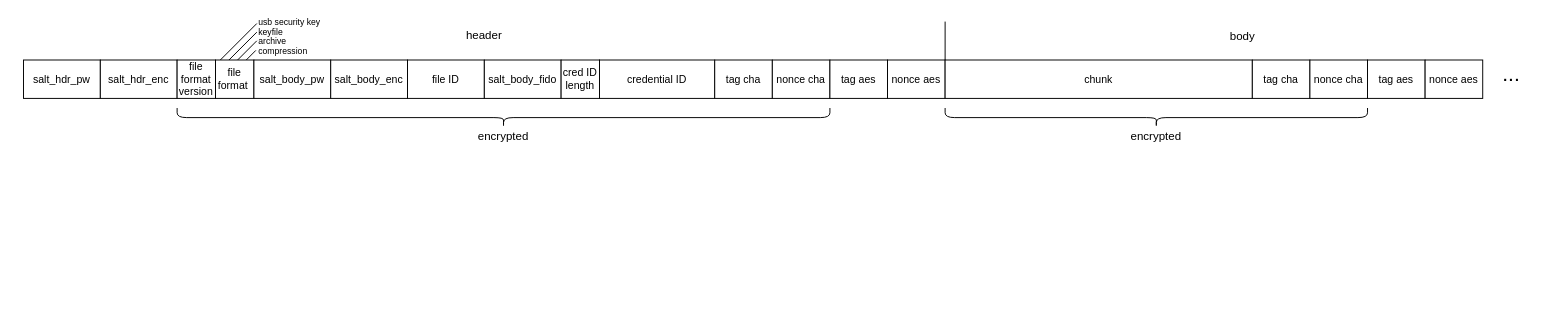
Earlier version of the draw.io diagram page "Page-2" (2 of 2) of images/Encryption.drawio (JoergDF/cryptcrypt). Source tidied: cells renumbered, new cells numbered last; positions are measured from the earlier drawing's top-left corner, leaving out a move shared by most shapes. Both pictures are drawn from the tidied source at 96%, with x=0, y=0 at pixel (23, 21).
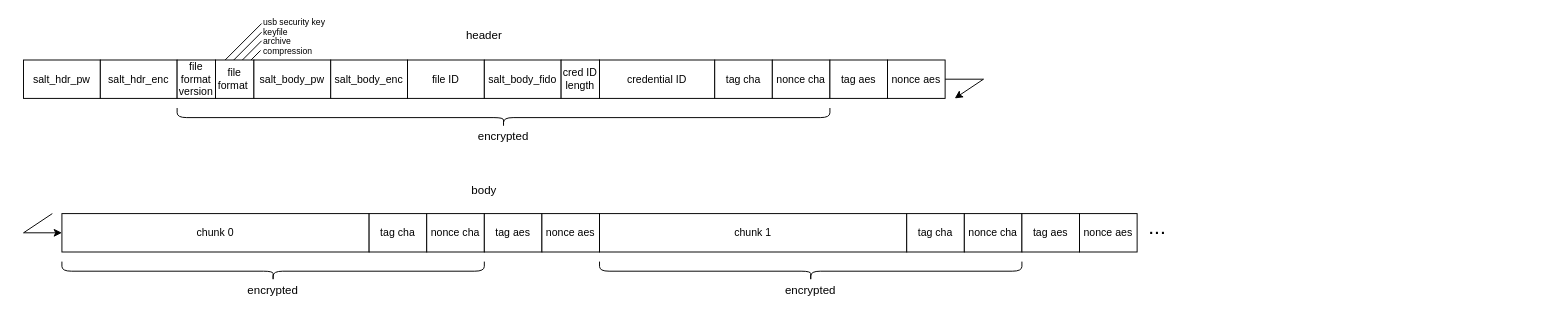
The same diagram, later.

Commit message (it also covers changes not shown here):
Improve visibility of data structure diagram in readme.

Change to the diagram source:
```diff
@@
-    <mxCell id="17" style="endArrow=none;html=1;rounded=0;fontSize=11;" parent="1" edge="1">
-      <mxGeometry relative="1" as="geometry">
-        <mxPoint x="960" y="40" as="sourcePoint" />
-        <mxPoint x="960" as="targetPoint" />
-      </mxGeometry>
-    </mxCell>
-    <mxCell id="18" value="chunk" style="rounded=0;whiteSpace=wrap;html=1;fontSize=11;" parent="1" vertex="1">
-      <mxGeometry x="960" y="40" width="320" height="40" as="geometry" />
+    <mxCell id="18" value="chunk 0" style="rounded=0;whiteSpace=wrap;html=1;fontSize=11;" parent="1" vertex="1">
+      <mxGeometry x="40" y="200" width="320" height="40" as="geometry" />
     </mxCell>
     <mxCell id="19" value="tag cha" style="rounded=0;whiteSpace=wrap;html=1;fontSize=11;" parent="1" vertex="1">
-      <mxGeometry x="1280" y="40" width="60" height="40" as="geometry" />
+      <mxGeometry x="360" y="200" width="60" height="40" as="geometry" />
     </mxCell>
     <mxCell id="20" value="nonce cha" style="rounded=0;whiteSpace=wrap;html=1;fontSize=11;" parent="1" vertex="1">
-      <mxGeometry x="1340" y="40" width="60" height="40" as="geometry" />
+      <mxGeometry x="420" y="200" width="60" height="40" as="geometry" />
     </mxCell>
     <mxCell id="21" value="tag aes" style="rounded=0;whiteSpace=wrap;html=1;fontSize=11;" parent="1" vertex="1">
-      <mxGeometry x="1400" y="40" width="60" height="40" as="geometry" />
+      <mxGeometry x="480" y="200" width="60" height="40" as="geometry" />
     </mxCell>
     <mxCell id="22" value="nonce aes" style="rounded=0;whiteSpace=wrap;html=1;fontSize=11;" parent="1" vertex="1">
-      <mxGeometry x="1460" y="40" width="60" height="40" as="geometry" />
+      <mxGeometry x="540" y="200" width="60" height="40" as="geometry" />
     </mxCell>
     <mxCell id="23" value="body" style="text;html=1;whiteSpace=wrap;strokeColor=none;fillColor=none;align=center;verticalAlign=middle;rounded=0;" parent="1" vertex="1">
-      <mxGeometry x="1240" y="1" width="60" height="30" as="geometry" />
+      <mxGeometry x="450" y="161" width="60" height="30" as="geometry" />
     </mxCell>
-    <mxCell id="24" value="..." style="text;html=1;whiteSpace=wrap;strokeColor=none;fillColor=none;align=center;verticalAlign=middle;rounded=0;fontSize=22;" parent="1" vertex="1">
-      <mxGeometry x="1520" y="47" width="60" height="15" as="geometry" />
+    <mxCell id="24" value="..." style="text;html=1;whiteSpace=wrap;strokeColor=none;fillColor=none;align=left;verticalAlign=bottom;rounded=0;fontSize=22;" parent="1" vertex="1">
+      <mxGeometry x="1170" y="210" width="60" height="20" as="geometry" />
     </mxCell>
@@
     <mxCell id="27" style="shape=curlyBracket;whiteSpace=wrap;html=1;rounded=1;flipH=1;labelPosition=right;verticalLabelPosition=middle;align=left;verticalAlign=middle;labelPerimeter=1;legacyAnchorPoints=0;direction=north;" parent="1" vertex="1">
-      <mxGeometry x="960" y="90" width="440" height="20" as="geometry" />
+      <mxGeometry x="40" y="250" width="440" height="20" as="geometry" />
     </mxCell>
     <mxCell id="28" value="encrypted" style="text;html=1;whiteSpace=wrap;strokeColor=none;fillColor=none;align=center;verticalAlign=middle;rounded=0;" parent="1" vertex="1">
-      <mxGeometry x="1150" y="110" width="60" height="20" as="geometry" />
+      <mxGeometry x="230" y="270" width="60" height="20" as="geometry" />
     </mxCell>
     <mxCell id="29" style="endArrow=none;html=1;rounded=0;defaultLabelBackgroundColor=page;" parent="1" edge="1">
       <mxGeometry relative="1" as="geometry">
-        <mxPoint x="232" y="40" as="sourcePoint" />
-        <mxPoint x="242" y="30" as="targetPoint" />
+        <mxPoint x="237" y="40" as="sourcePoint" />
+        <mxPoint x="247" y="30" as="targetPoint" />
       </mxGeometry>
     </mxCell>
     <mxCell id="30" value="compression" style="text;html=1;whiteSpace=wrap;strokeColor=none;fillColor=none;align=left;verticalAlign=middle;rounded=0;fontSize=9;" parent="1" vertex="1">
-      <mxGeometry x="243" y="30" width="60" as="geometry" />
+      <mxGeometry x="248" y="30" width="60" as="geometry" />
     </mxCell>
     <mxCell id="31" value="archive" style="text;html=1;whiteSpace=wrap;strokeColor=none;fillColor=none;align=left;verticalAlign=middle;rounded=0;fontSize=9;" parent="1" vertex="1">
-      <mxGeometry x="243" y="20" width="60" as="geometry" />
+      <mxGeometry x="248" y="20" width="60" as="geometry" />
     </mxCell>
     <mxCell id="32" value="keyfile" style="text;html=1;whiteSpace=wrap;strokeColor=none;fillColor=none;align=left;verticalAlign=middle;rounded=0;fontSize=9;" parent="1" vertex="1">
-      <mxGeometry x="243" y="10" width="60" as="geometry" />
+      <mxGeometry x="248" y="10" width="60" as="geometry" />
     </mxCell>
     <mxCell id="33" value="usb security key" style="text;html=1;whiteSpace=wrap;strokeColor=none;fillColor=none;align=left;verticalAlign=middle;rounded=0;fontSize=9;" parent="1" vertex="1">
-      <mxGeometry x="243" width="70" as="geometry" />
+      <mxGeometry x="248" width="70" as="geometry" />
     </mxCell>
     <mxCell id="34" style="endArrow=none;html=1;rounded=0;defaultLabelBackgroundColor=page;entryX=0;entryY=0;entryDx=0;entryDy=0;entryPerimeter=0;" parent="1" edge="1" target="31">
       <mxGeometry relative="1" as="geometry">
-        <mxPoint x="223" y="40" as="sourcePoint" />
+        <mxPoint x="228" y="40" as="sourcePoint" />
       </mxGeometry>
     </mxCell>
     <mxCell id="35" style="endArrow=none;html=1;rounded=0;defaultLabelBackgroundColor=page;" parent="1" edge="1">
       <mxGeometry relative="1" as="geometry">
-        <mxPoint x="214" y="40" as="sourcePoint" />
-        <mxPoint x="243" y="11" as="targetPoint" />
+        <mxPoint x="219" y="40" as="sourcePoint" />
+        <mxPoint x="248" y="11" as="targetPoint" />
       </mxGeometry>
     </mxCell>
     <mxCell id="36" style="endArrow=none;html=1;rounded=0;defaultLabelBackgroundColor=page;" parent="1" edge="1">
       <mxGeometry relative="1" as="geometry">
-        <mxPoint x="205" y="40" as="sourcePoint" />
-        <mxPoint x="243" y="2" as="targetPoint" />
+        <mxPoint x="210" y="40" as="sourcePoint" />
+        <mxPoint x="248" y="2" as="targetPoint" />
       </mxGeometry>
     </mxCell>
+    <mxCell id="37" value="chunk 1" style="rounded=0;whiteSpace=wrap;html=1;fontSize=11;" parent="1" vertex="1">
+      <mxGeometry x="600" y="200" width="320" height="40" as="geometry" />
+    </mxCell>
+    <mxCell id="38" value="tag cha" style="rounded=0;whiteSpace=wrap;html=1;fontSize=11;" parent="1" vertex="1">
+      <mxGeometry x="920" y="200" width="60" height="40" as="geometry" />
+    </mxCell>
+    <mxCell id="39" value="nonce cha" style="rounded=0;whiteSpace=wrap;html=1;fontSize=11;" parent="1" vertex="1">
+      <mxGeometry x="980" y="200" width="60" height="40" as="geometry" />
+    </mxCell>
+    <mxCell id="40" value="tag aes" style="rounded=0;whiteSpace=wrap;html=1;fontSize=11;" parent="1" vertex="1">
+      <mxGeometry x="1040" y="200" width="60" height="40" as="geometry" />
+    </mxCell>
+    <mxCell id="41" value="nonce aes" style="rounded=0;whiteSpace=wrap;html=1;fontSize=11;" parent="1" vertex="1">
+      <mxGeometry x="1100" y="200" width="60" height="40" as="geometry" />
+    </mxCell>
+    <mxCell id="42" style="shape=curlyBracket;whiteSpace=wrap;html=1;rounded=1;flipH=1;labelPosition=right;verticalLabelPosition=middle;align=left;verticalAlign=middle;labelPerimeter=1;legacyAnchorPoints=0;direction=north;" parent="1" vertex="1">
+      <mxGeometry x="600" y="250" width="440" height="20" as="geometry" />
+    </mxCell>
+    <mxCell id="43" value="encrypted" style="text;html=1;whiteSpace=wrap;strokeColor=none;fillColor=none;align=center;verticalAlign=middle;rounded=0;" parent="1" vertex="1">
+      <mxGeometry x="790" y="270" width="60" height="20" as="geometry" />
+    </mxCell>
+    <mxCell id="44" style="endArrow=classic;html=1;rounded=0;defaultLabelBackgroundColor=page;" parent="1" edge="1">
+      <mxGeometry x="-0.13" relative="1" as="geometry">
+        <mxPoint x="960" y="60" as="sourcePoint" />
+        <mxPoint x="970" y="80" as="targetPoint" />
+        <Array as="points">
+          <mxPoint x="1000" y="60" />
+        </Array>
+      </mxGeometry>
+    </mxCell>
+    <mxCell id="45" style="endArrow=classic;html=1;rounded=0;defaultLabelBackgroundColor=page;" parent="1" edge="1">
+      <mxGeometry x="-0.13" relative="1" as="geometry">
+        <mxPoint x="30" y="200" as="sourcePoint" />
+        <mxPoint x="40" y="220" as="targetPoint" />
+        <Array as="points">
+          <mxPoint y="220" />
+        </Array>
+      </mxGeometry>
+    </mxCell>
```
